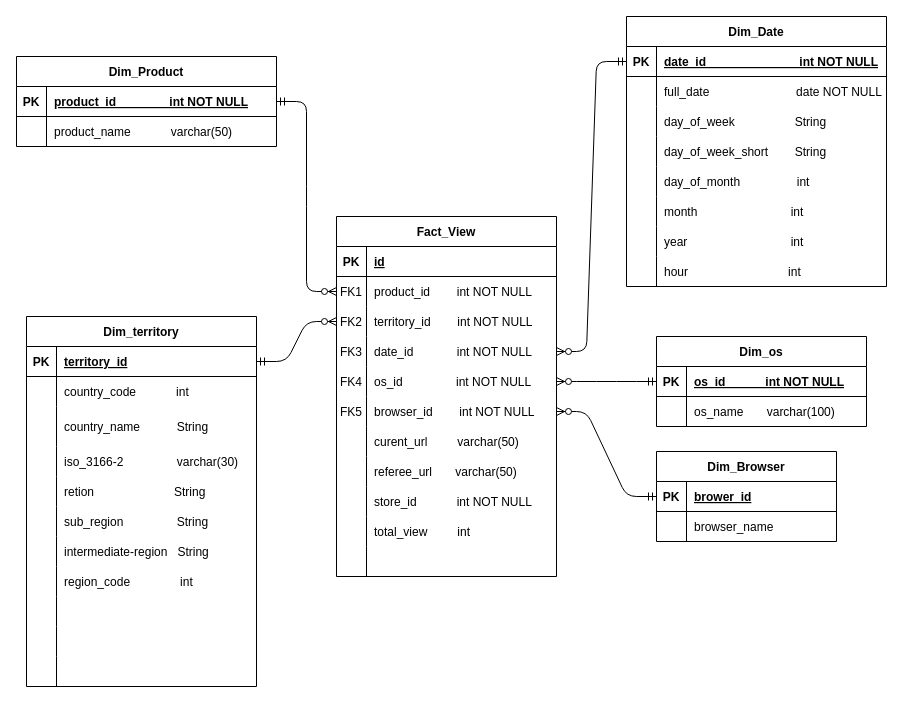
The draw.io diagram image&model/model.drawio in TranQuanh/streaming-project-spark-postgres, before the edit. Source tidied: cells renumbered, new cells numbered last; positions are measured from the earlier drawing's top-left corner, leaving out a move shared by most shapes. Both pictures are drawn from the tidied source at 100%, with x=0, y=0 at pixel (16, 16).
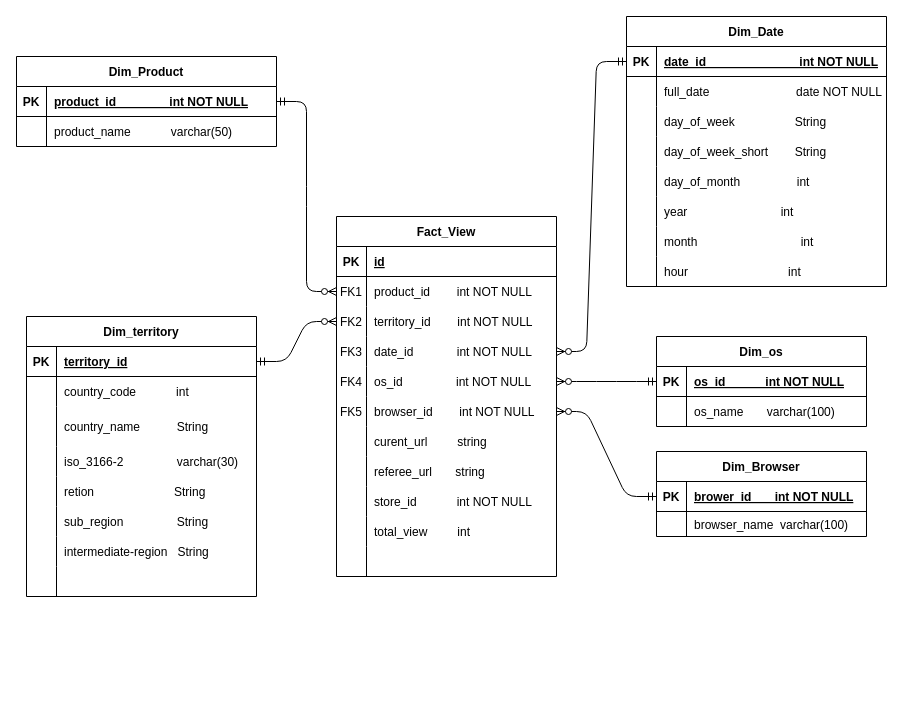
Above is the later version.

The change refers to these unchanged cells:
```xml
<mxCell id="21" style="shape=tableRow;horizontal=0;startSize=0;swimlaneHead=0;swimlaneBody=0;fillColor=none;top=0;left=0;right=0;bottom=0;strokeColor=default;" parent="2" vertex="1">
  <mxGeometry y="210" width="220" height="30" as="geometry" />
</mxCell>
<mxCell id="24" style="shape=tableRow;horizontal=0;startSize=0;swimlaneHead=0;swimlaneBody=0;fillColor=none;top=0;left=0;right=0;bottom=0;strokeColor=default;" parent="2" vertex="1">
  <mxGeometry y="240" width="220" height="30" as="geometry" />
</mxCell>
<mxCell id="66" style="shape=tableRow;horizontal=0;startSize=0;swimlaneHead=0;swimlaneBody=0;fillColor=none;top=0;left=0;right=0;bottom=0;strokeColor=default;" parent="44" vertex="1">
  <mxGeometry y="250" width="230" height="30" as="geometry" />
</mxCell>
<mxCell id="94" style="shape=tableRow;horizontal=0;startSize=0;swimlaneHead=0;swimlaneBody=0;fillColor=none;top=0;left=0;right=0;bottom=0;strokeColor=default;" parent="78" vertex="1">
  <mxGeometry y="180" width="260" height="30" as="geometry" />
</mxCell>
<mxCell id="97" style="shape=tableRow;horizontal=0;startSize=0;swimlaneHead=0;swimlaneBody=0;fillColor=none;top=0;left=0;right=0;bottom=0;strokeColor=default;" parent="78" vertex="1">
  <mxGeometry y="210" width="260" height="30" as="geometry" />
</mxCell>
```

The edit, as a diff of the source:
```diff
@@
-    <mxCell id="23" value="curent_url         varchar(50)" style="shape=partialRectangle;fillColor=none;top=0;left=0;bottom=0;right=0;align=left;spacingLeft=6;overflow=hidden;strokeColor=default;" parent="21" vertex="1">
+    <mxCell id="23" value="curent_url         string" style="shape=partialRectangle;fillColor=none;top=0;left=0;bottom=0;right=0;align=left;spacingLeft=6;overflow=hidden;strokeColor=default;" parent="21" vertex="1">
       <mxGeometry x="30" width="190" height="30" as="geometry" />
     </mxCell>
@@
-    <mxCell id="26" value="referee_url       varchar(50)" style="shape=partialRectangle;fillColor=none;top=0;left=0;bottom=0;right=0;align=left;spacingLeft=6;overflow=hidden;strokeColor=default;" parent="24" vertex="1">
+    <mxCell id="26" value="referee_url       string" style="shape=partialRectangle;fillColor=none;top=0;left=0;bottom=0;right=0;align=left;spacingLeft=6;overflow=hidden;strokeColor=default;" parent="24" vertex="1">
       <mxGeometry x="30" width="190" height="30" as="geometry" />
     </mxCell>
@@
     <mxCell id="44" value="Dim_territory" style="shape=table;startSize=30;childLayout=tableLayout;rowLines=0;fontStyle=1;align=center;strokeColor=default;" parent="1" vertex="1">
-      <mxGeometry x="10" y="300" width="230" height="370" as="geometry" />
+      <mxGeometry x="10" y="300" width="230" height="280" as="geometry" />
     </mxCell>
@@
-    <mxCell id="68" value="region_code               int" style="shape=partialRectangle;fillColor=none;top=0;left=0;bottom=0;right=0;align=left;spacingLeft=6;overflow=hidden;strokeColor=default;" parent="66" vertex="1">
+    <mxCell id="68" style="shape=partialRectangle;fillColor=none;top=0;left=0;bottom=0;right=0;align=left;spacingLeft=6;overflow=hidden;strokeColor=default;" parent="66" vertex="1">
       <mxGeometry x="30" width="200" height="30" as="geometry" />
     </mxCell>
-    <mxCell id="69" style="shape=tableRow;horizontal=0;startSize=0;swimlaneHead=0;swimlaneBody=0;fillColor=none;top=0;left=0;right=0;bottom=0;strokeColor=default;" parent="44" vertex="1">
-      <mxGeometry y="280" width="230" height="30" as="geometry" />
-    </mxCell>
-    <mxCell id="70" style="shape=partialRectangle;fillColor=none;top=0;left=0;bottom=0;right=0;overflow=hidden;strokeColor=default;" parent="69" vertex="1">
-      <mxGeometry width="30" height="30" as="geometry" />
-    </mxCell>
-    <mxCell id="71" style="shape=partialRectangle;fillColor=none;top=0;left=0;bottom=0;right=0;align=left;spacingLeft=6;overflow=hidden;strokeColor=default;" parent="69" vertex="1">
-      <mxGeometry x="30" width="200" height="30" as="geometry" />
-    </mxCell>
-    <mxCell id="72" style="shape=tableRow;horizontal=0;startSize=0;swimlaneHead=0;swimlaneBody=0;fillColor=none;top=0;left=0;right=0;bottom=0;strokeColor=default;" parent="44" vertex="1">
-      <mxGeometry y="310" width="230" height="30" as="geometry" />
-    </mxCell>
-    <mxCell id="73" style="shape=partialRectangle;fillColor=none;top=0;left=0;bottom=0;right=0;overflow=hidden;strokeColor=default;" parent="72" vertex="1">
-      <mxGeometry width="30" height="30" as="geometry" />
-    </mxCell>
-    <mxCell id="74" style="shape=partialRectangle;fillColor=none;top=0;left=0;bottom=0;right=0;align=left;spacingLeft=6;overflow=hidden;strokeColor=default;" parent="72" vertex="1">
-      <mxGeometry x="30" width="200" height="30" as="geometry" />
-    </mxCell>
-    <mxCell id="75" style="shape=tableRow;horizontal=0;startSize=0;swimlaneHead=0;swimlaneBody=0;fillColor=none;top=0;left=0;right=0;bottom=0;strokeColor=default;" parent="44" vertex="1">
-      <mxGeometry y="340" width="230" height="30" as="geometry" />
-    </mxCell>
-    <mxCell id="76" style="shape=partialRectangle;fillColor=none;top=0;left=0;bottom=0;right=0;overflow=hidden;strokeColor=default;" parent="75" vertex="1">
-      <mxGeometry width="30" height="30" as="geometry" />
-    </mxCell>
-    <mxCell id="77" style="shape=partialRectangle;fillColor=none;top=0;left=0;bottom=0;right=0;align=left;spacingLeft=6;overflow=hidden;strokeColor=default;" parent="75" vertex="1">
-      <mxGeometry x="30" width="200" height="30" as="geometry" />
-    </mxCell>
@@
-    <mxCell id="96" value="month                            int" style="shape=partialRectangle;fillColor=none;top=0;left=0;bottom=0;right=0;align=left;spacingLeft=6;overflow=hidden;strokeColor=default;" parent="94" vertex="1">
+    <mxCell id="96" value="year                            int" style="shape=partialRectangle;fillColor=none;top=0;left=0;bottom=0;right=0;align=left;spacingLeft=6;overflow=hidden;strokeColor=default;" parent="94" vertex="1">
       <mxGeometry x="30" width="230" height="30" as="geometry" />
     </mxCell>
@@
-    <mxCell id="99" value="year                               int" style="shape=partialRectangle;fillColor=none;top=0;left=0;bottom=0;right=0;align=left;spacingLeft=6;overflow=hidden;strokeColor=default;" parent="97" vertex="1">
+    <mxCell id="99" value="month                               int" style="shape=partialRectangle;fillColor=none;top=0;left=0;bottom=0;right=0;align=left;spacingLeft=6;overflow=hidden;strokeColor=default;" parent="97" vertex="1">
       <mxGeometry x="30" width="230" height="30" as="geometry" />
     </mxCell>
@@
     <mxCell id="113" value="Dim_Browser" style="shape=table;startSize=30;childLayout=tableLayout;rowLines=0;fontStyle=1;align=center;strokeColor=default;" parent="1" vertex="1">
-      <mxGeometry x="640" y="435" width="180" height="90" as="geometry" />
+      <mxGeometry x="640" y="435" width="210" height="85" as="geometry" />
     </mxCell>
     <mxCell id="114" style="shape=tableRow;horizontal=0;startSize=0;swimlaneHead=0;swimlaneBody=0;fillColor=none;points=[[0,0.5],[1,0.5]];portConstraint=eastwest;top=0;left=0;right=0;bottom=1;strokeColor=default;" parent="113" vertex="1">
-      <mxGeometry y="30" width="180" height="30" as="geometry" />
+      <mxGeometry y="30" width="210" height="30" as="geometry" />
     </mxCell>
@@
-    <mxCell id="116" value="brower_id" style="shape=partialRectangle;fillColor=none;top=0;left=0;bottom=0;right=0;align=left;spacingLeft=6;fontStyle=5;overflow=hidden;strokeColor=default;" parent="114" vertex="1">
-      <mxGeometry x="30" width="150" height="30" as="geometry" />
+    <mxCell id="116" value="brower_id       int NOT NULL" style="shape=partialRectangle;fillColor=none;top=0;left=0;bottom=0;right=0;align=left;spacingLeft=6;fontStyle=5;overflow=hidden;strokeColor=default;" parent="114" vertex="1">
+      <mxGeometry x="30" width="180" height="30" as="geometry" />
     </mxCell>
     <mxCell id="117" style="shape=tableRow;horizontal=0;startSize=0;swimlaneHead=0;swimlaneBody=0;fillColor=none;top=0;left=0;right=0;bottom=0;strokeColor=default;" parent="113" vertex="1">
-      <mxGeometry y="60" width="180" height="30" as="geometry" />
+      <mxGeometry y="60" width="210" height="25" as="geometry" />
     </mxCell>
     <mxCell id="118" style="shape=partialRectangle;fillColor=none;top=0;left=0;bottom=0;right=0;overflow=hidden;strokeColor=default;" parent="117" vertex="1">
-      <mxGeometry width="30" height="30" as="geometry" />
+      <mxGeometry width="30" height="25" as="geometry" />
     </mxCell>
-    <mxCell id="119" value="browser_name" style="shape=partialRectangle;fillColor=none;top=0;left=0;bottom=0;right=0;align=left;spacingLeft=6;overflow=hidden;strokeColor=default;" parent="117" vertex="1">
-      <mxGeometry x="30" width="150" height="30" as="geometry" />
+    <mxCell id="119" value="browser_name  varchar(100)" style="shape=partialRectangle;fillColor=none;top=0;left=0;bottom=0;right=0;align=left;spacingLeft=6;overflow=hidden;strokeColor=default;" parent="117" vertex="1">
+      <mxGeometry x="30" width="180" height="25" as="geometry" />
     </mxCell>
```
